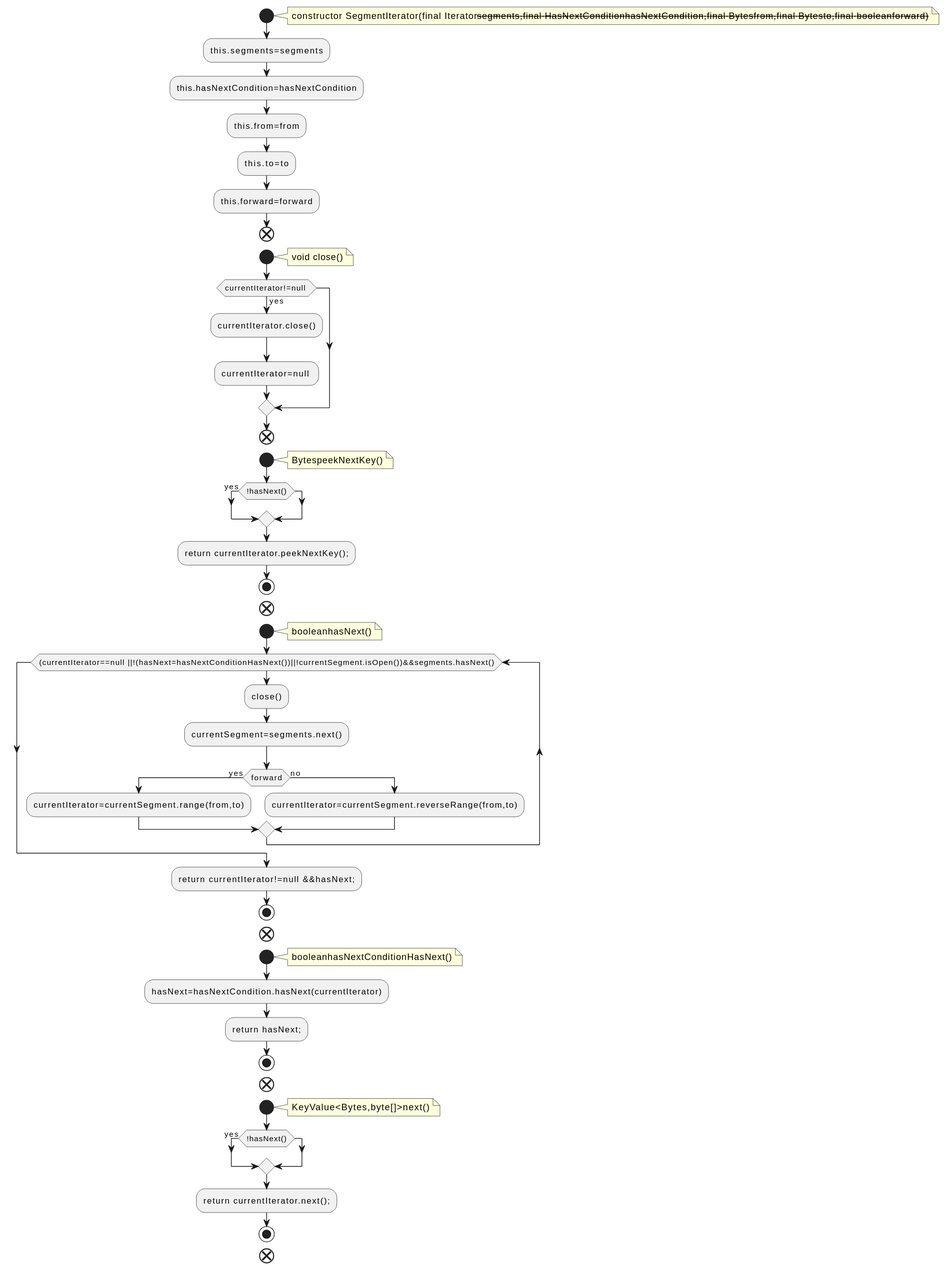
The PlantUML diagram docs/qc/streams/src/main/java/org/apache/kafka/streams/state/internals/SegmentIterator.java.fct.svg in qualitesys/kafka, before a commit. Source of this version:
```plantuml
@startuml
!pragma layout smetana
start
note right
constructor SegmentIterator(final Iterator<S>segments,final HasNextConditionhasNextCondition,final Bytesfrom,final Bytesto,final booleanforward)
end note
:this.segments=segments;
:this.hasNextCondition=hasNextCondition;
:this.from=from;
:this.to=to;
:this.forward=forward;
end
start
note right
void close()
end note
if (currentIterator!=null ) then (yes)
:currentIterator.close();
:currentIterator=null ;
endif
end
start
note right
BytespeekNextKey()
end note
if (!hasNext()) then (yes)
endif
:return currentIterator.peekNextKey();;
stop
end
start
note right
booleanhasNext()
end note
while ((currentIterator==null ||!(hasNext=hasNextConditionHasNext())||!currentSegment.isOpen())&&segments.hasNext())
:close();
:currentSegment=segments.next();
if (forward) then (yes)
:currentIterator=currentSegment.range(from,to);
else (no)
:currentIterator=currentSegment.reverseRange(from,to);
endif
endwhile
:return currentIterator!=null &&hasNext;;
stop
end
start
note right
booleanhasNextConditionHasNext()
end note
:hasNext=hasNextCondition.hasNext(currentIterator);
:return hasNext;;
stop
end
start
note right
KeyValue<Bytes,byte[]>next()
end note
if (!hasNext()) then (yes)
endif
:return currentIterator.next();;
stop
end
@enduml
```
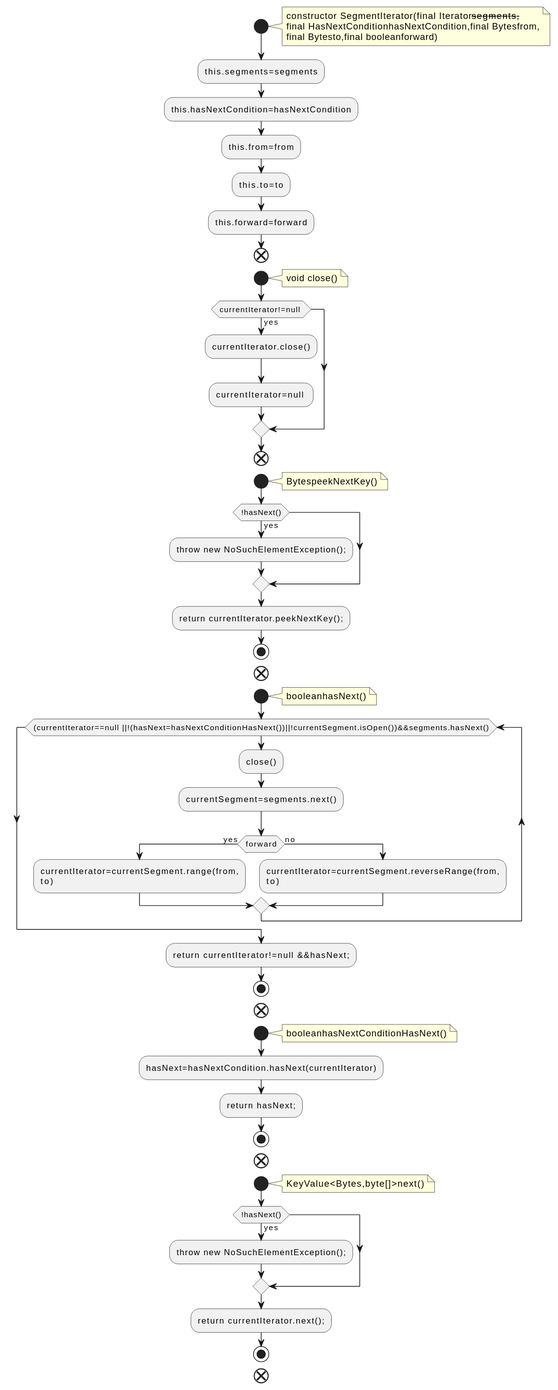
After the commit.

The edit, as a diff of the source:
```diff
@@ -2,7 +2,9 @@
 !pragma layout smetana
 start
 note right
-constructor SegmentIterator(final Iterator<S>segments,final HasNextConditionhasNextCondition,final Bytesfrom,final Bytesto,final booleanforward)
+constructor SegmentIterator(final Iterator<S>segments,
+final HasNextConditionhasNextCondition,final Bytesfrom,
+final Bytesto,final booleanforward)
 end note
 :this.segments=segments;
 :this.hasNextCondition=hasNextCondition;
@@ -24,6 +26,7 @@
 BytespeekNextKey()
 end note
 if (!hasNext()) then (yes)
+:throw new NoSuchElementException();;
 endif
 :return currentIterator.peekNextKey();;
 stop
@@ -36,9 +39,11 @@
 :close();
 :currentSegment=segments.next();
 if (forward) then (yes)
-:currentIterator=currentSegment.range(from,to);
+:currentIterator=currentSegment.range(from,
+to);
 else (no)
-:currentIterator=currentSegment.reverseRange(from,to);
+:currentIterator=currentSegment.reverseRange(from,
+to);
 endif
 endwhile
 :return currentIterator!=null &&hasNext;;
@@ -57,6 +62,7 @@
 KeyValue<Bytes,byte[]>next()
 end note
 if (!hasNext()) then (yes)
+:throw new NoSuchElementException();;
 endif
 :return currentIterator.next();;
 stop
```
